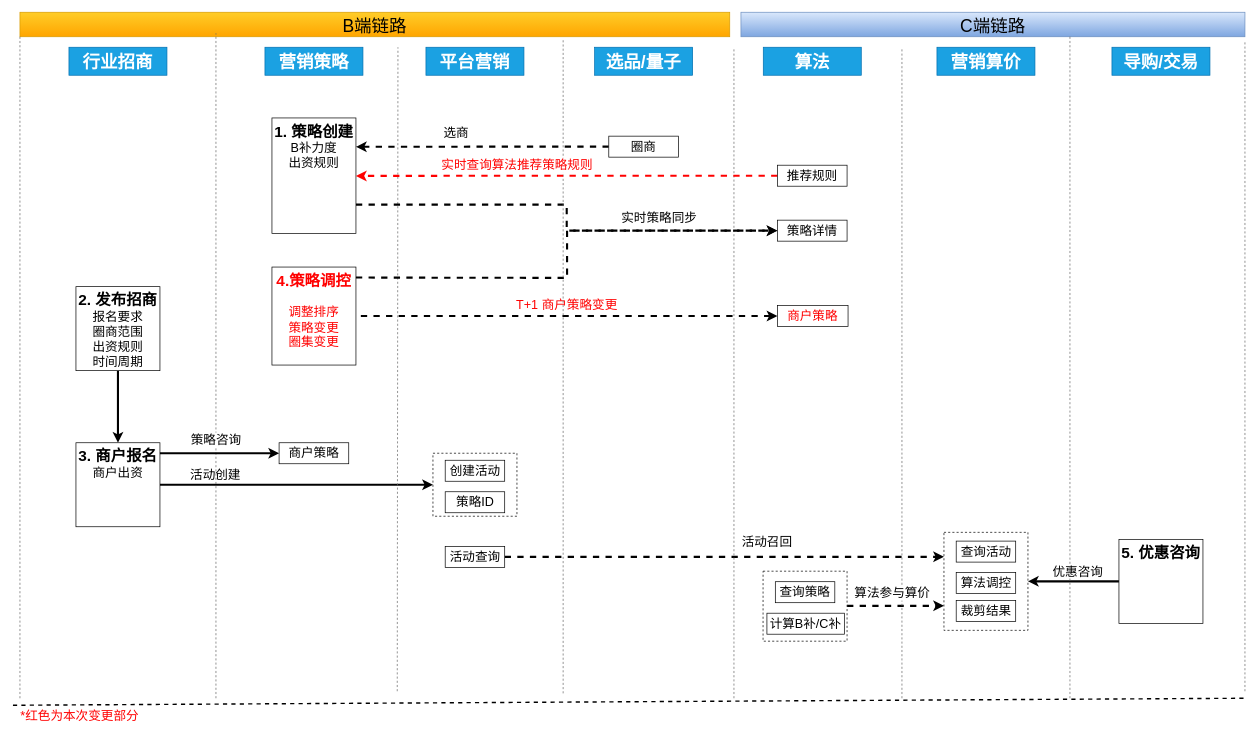
Earlier version of the draw.io diagram page "产品流程修改版" (4 of 6) of 营销策略.drawio (jon-kong/draw.io). Source tidied: cells renumbered, new cells numbered last; positions are measured from the earlier drawing's top-left corner, leaving out a move shared by most shapes. Both pictures are drawn from the tidied source at 70%, with x=0, y=0 at pixel (13, 12).
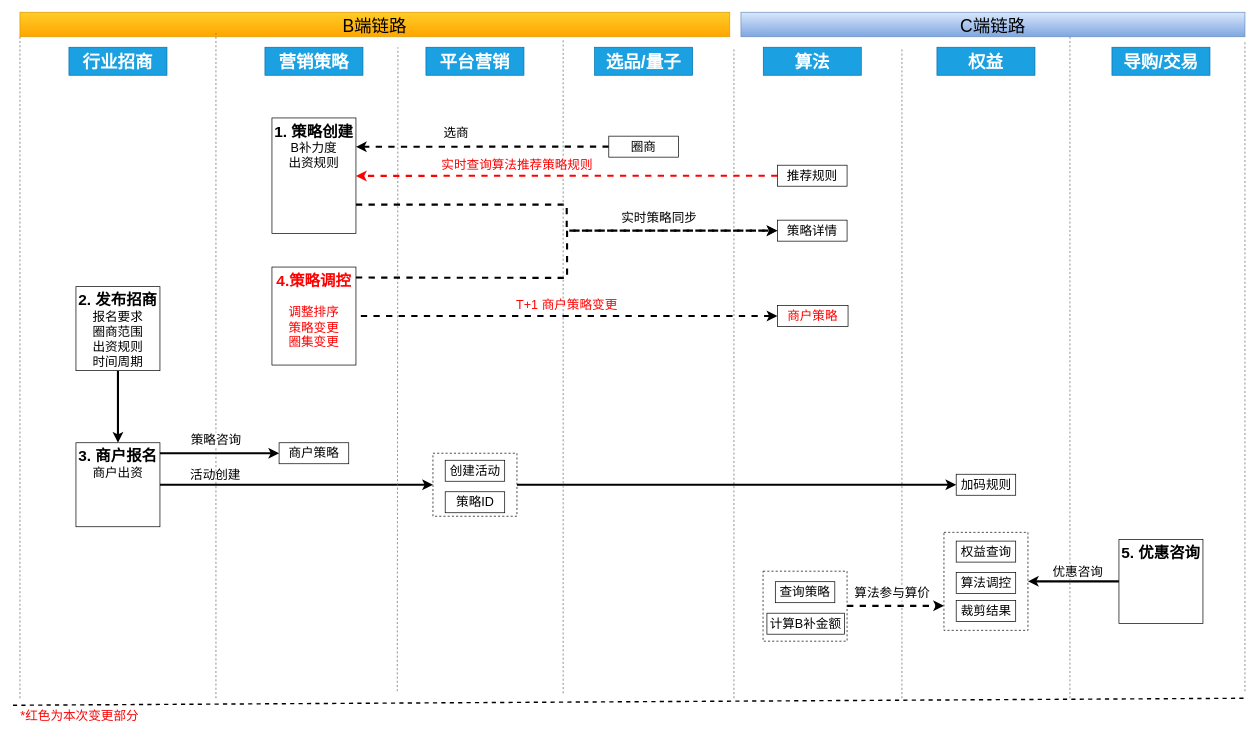
Above is the later version.

Unchanged cells that the change refers to:
```xml
<mxCell id="15" style="rounded=0;whiteSpace=wrap;html=1;strokeWidth=1;fontSize=18;fontColor=#000000;align=center;dashed=1;" parent="1" vertex="1">
  <mxGeometry x="1330" y="743" width="120" height="140" as="geometry" />
</mxCell>
<mxCell id="40" style="rounded=0;whiteSpace=wrap;html=1;strokeWidth=1;fontSize=18;fontColor=#000000;align=center;dashed=1;" parent="1" vertex="1">
  <mxGeometry x="600" y="630" width="120" height="90" as="geometry" />
</mxCell>
```

Diff of the diagram source:
```diff
@@
-    <mxCell id="16" value="查询活动" style="whiteSpace=wrap;html=1;strokeWidth=1;fontSize=18;fontColor=#000000;align=center;" parent="1" vertex="1">
+    <mxCell id="16" value="权益查询" style="whiteSpace=wrap;html=1;strokeWidth=1;fontSize=18;fontColor=#000000;align=center;" parent="1" vertex="1">
       <mxGeometry x="1347.5" y="755.5" width="85" height="30" as="geometry" />
     </mxCell>
@@
-    <mxCell id="20" style="edgeStyle=orthogonalEdgeStyle;rounded=0;jettySize=auto;html=1;exitX=1;exitY=0.5;exitDx=0;exitDy=0;entryX=0;entryY=0.25;entryDx=0;entryDy=0;dashed=1;fontSize=18;fontColor=#000000;strokeWidth=3;" parent="1" edge="1" source="22" target="15">
-      <mxGeometry relative="1" as="geometry" />
-    </mxCell>
-    <mxCell id="21" value="活动召回" style="edgeLabel;html=1;align=center;verticalAlign=middle;fontSize=18;fontColor=#000000;" parent="20" vertex="1">
-      <mxGeometry x="-0.11" y="8" relative="1" as="geometry">
-        <mxPoint x="95" y="-14" as="offset" />
-      </mxGeometry>
-    </mxCell>
-    <mxCell id="22" value="活动查询" style="whiteSpace=wrap;html=1;strokeWidth=1;fontSize=18;fontColor=#000000;align=center;" parent="1" vertex="1">
-      <mxGeometry x="617.5" y="763" width="85" height="30" as="geometry" />
-    </mxCell>
@@
+    <mxCell id="63" style="edgeStyle=orthogonalEdgeStyle;rounded=0;jettySize=auto;html=1;exitX=1;exitY=0.5;exitDx=0;exitDy=0;entryX=0;entryY=0.5;entryDx=0;entryDy=0;strokeWidth=3;" parent="1" edge="1" source="40" target="64">
+      <mxGeometry relative="1" as="geometry" />
+    </mxCell>
@@
-    <mxCell id="43" value="营销算价" style="rounded=0;whiteSpace=wrap;html=1;strokeWidth=1;fontSize=25;fontColor=#ffffff;align=center;fontStyle=1;fillColor=#1ba1e2;strokeColor=#006EAF;" parent="1" vertex="1">
+    <mxCell id="43" value="权益" style="rounded=0;whiteSpace=wrap;html=1;strokeWidth=1;fontSize=25;fontColor=#ffffff;align=center;fontStyle=1;fillColor=#1ba1e2;strokeColor=#006EAF;" parent="1" vertex="1">
       <mxGeometry x="1320" y="50" width="140" height="40" as="geometry" />
     </mxCell>
@@
-    <mxCell id="47" value="计算B补/C补" style="whiteSpace=wrap;html=1;strokeWidth=1;fontSize=18;fontColor=#000000;align=center;" parent="1" vertex="1">
+    <mxCell id="47" value="计算B补金额" style="whiteSpace=wrap;html=1;strokeWidth=1;fontSize=18;fontColor=#000000;align=center;" parent="1" vertex="1">
       <mxGeometry x="1077.1" y="858.5" width="110.6" height="30" as="geometry" />
     </mxCell>
@@
+    <mxCell id="64" value="加码规则" style="whiteSpace=wrap;html=1;strokeWidth=1;fontSize=18;fontColor=#000000;align=center;" parent="1" vertex="1">
+      <mxGeometry x="1347.5" y="660" width="85" height="30" as="geometry" />
+    </mxCell>
```
